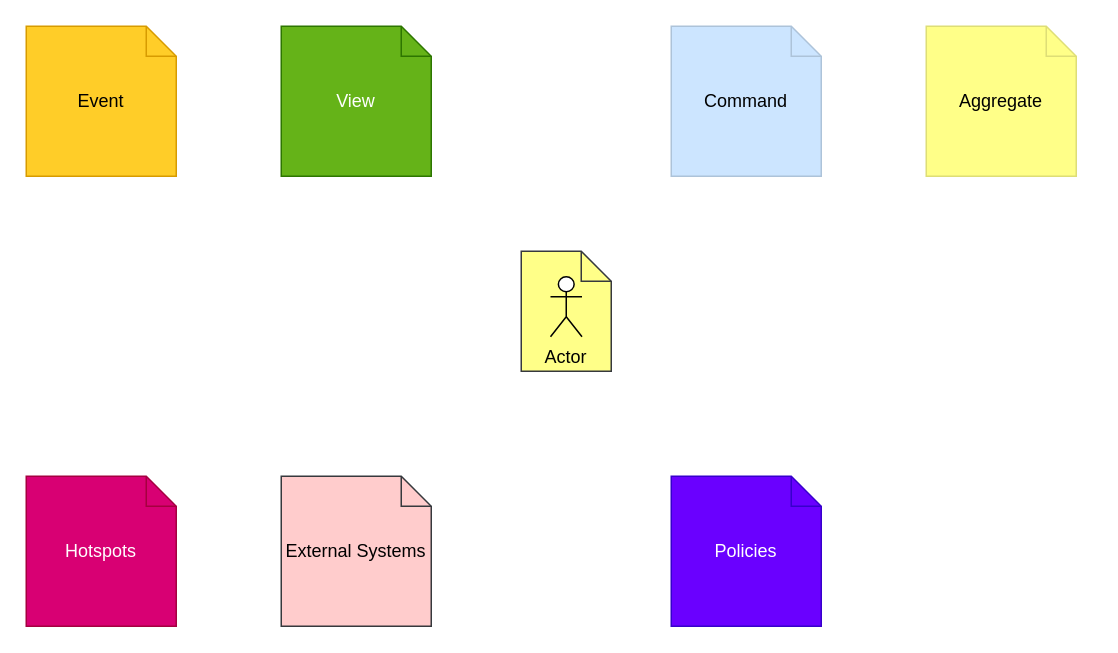
Before: page "EventStromingTemplate" (1 of 3) of design/EventStorming.drawio in codefinity/oeuvre, a draw.io diagram. Source tidied: cells renumbered, new cells numbered last; positions are measured from the earlier drawing's top-left corner, leaving out a move shared by most shapes. Both pictures are drawn from the tidied source at 150%, with x=0, y=0 at pixel (26, 26).
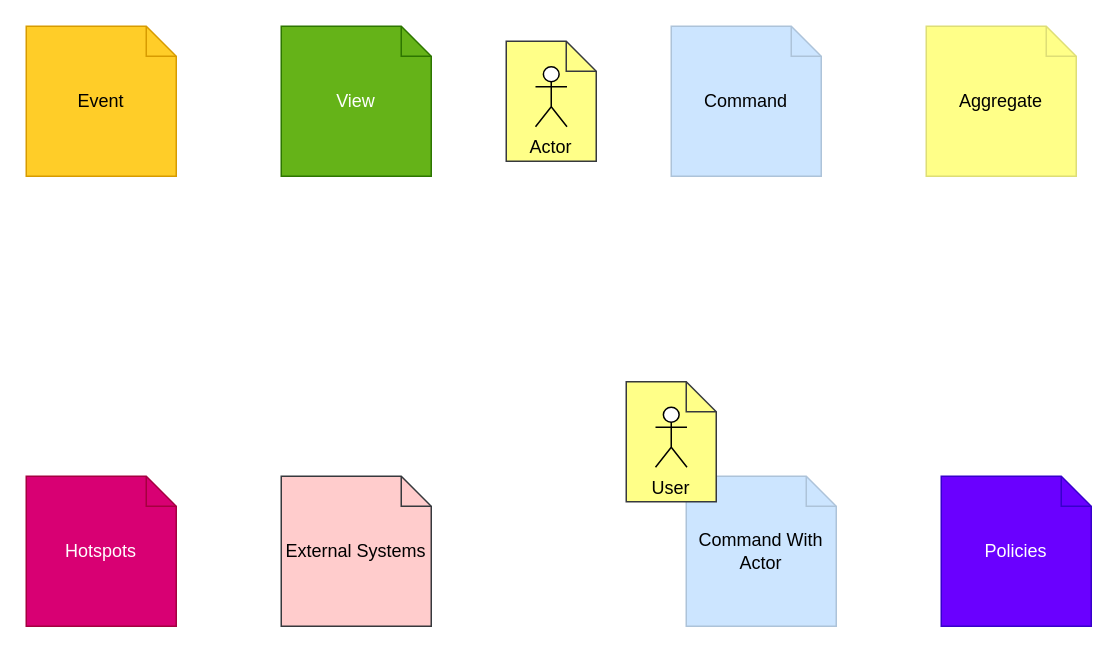
After the change.

What changed in the source:
```diff
@@
 <mxGraphModel>
   <root>
     <mxCell id="0" />
     <mxCell id="1" parent="0" />
     <mxCell id="2" value="Event" style="shape=note;size=20;whiteSpace=wrap;html=1;fillColor=#ffcd28;strokeColor=#d79b00;" parent="1" vertex="1">
       <mxGeometry width="100" height="100" as="geometry" />
     </mxCell>
     <mxCell id="3" value="View" style="shape=note;size=20;whiteSpace=wrap;html=1;strokeColor=#2D7600;fontColor=#ffffff;fillColor=#65B318;" parent="1" vertex="1">
       <mxGeometry x="170" width="100" height="100" as="geometry" />
     </mxCell>
     <mxCell id="4" style="group;" parent="1" vertex="1">
-      <mxGeometry x="330" y="150" width="60" height="80" as="geometry" />
+      <mxGeometry x="320" y="10" width="60" height="80" as="geometry" />
     </mxCell>
+    <mxCell id="12" style="group;" parent="4" vertex="1">
+      <mxGeometry width="60" height="80" as="geometry" />
+    </mxCell>
-    <mxCell id="5" value="Actor" style="shape=note;size=20;whiteSpace=wrap;html=1;fillColor=#ffff88;strokeColor=#36393d;verticalAlign=bottom;" parent="4" vertex="1">
+    <mxCell id="5" value="Actor" style="shape=note;size=20;whiteSpace=wrap;html=1;fillColor=#ffff88;strokeColor=#36393d;verticalAlign=bottom;" parent="12" vertex="1">
       <mxGeometry width="60" height="80" as="geometry" />
     </mxCell>
-    <mxCell id="6" style="shape=umlActor;verticalLabelPosition=bottom;verticalAlign=top;html=1;" parent="4" vertex="1">
+    <mxCell id="6" style="shape=umlActor;verticalLabelPosition=bottom;verticalAlign=top;html=1;" parent="12" vertex="1">
       <mxGeometry x="19.5" y="17" width="21" height="40" as="geometry" />
     </mxCell>
     <mxCell id="7" value="Command" style="shape=note;size=20;whiteSpace=wrap;html=1;fillColor=#cce5ff;strokeColor=#ADC3D9;" parent="1" vertex="1">
       <mxGeometry x="430" width="100" height="100" as="geometry" />
     </mxCell>
     <mxCell id="8" value="Aggregate" style="shape=note;size=20;whiteSpace=wrap;html=1;fillColor=#ffff88;strokeColor=#DEDE76;" parent="1" vertex="1">
       <mxGeometry x="600" width="100" height="100" as="geometry" />
     </mxCell>
     <mxCell id="9" value="Hotspots" style="shape=note;size=20;whiteSpace=wrap;html=1;fillColor=#d80073;strokeColor=#A50040;fontColor=#ffffff;" parent="1" vertex="1">
       <mxGeometry y="300" width="100" height="100" as="geometry" />
     </mxCell>
     <mxCell id="10" value="External Systems" style="shape=note;size=20;whiteSpace=wrap;html=1;fillColor=#ffcccc;strokeColor=#36393d;" parent="1" vertex="1">
       <mxGeometry x="170" y="300" width="100" height="100" as="geometry" />
     </mxCell>
     <mxCell id="11" value="Policies" style="shape=note;size=20;whiteSpace=wrap;html=1;fillColor=#6a00ff;strokeColor=#3700CC;fontColor=#ffffff;" parent="1" vertex="1">
-      <mxGeometry x="430" y="300" width="100" height="100" as="geometry" />
+      <mxGeometry x="610" y="300" width="100" height="100" as="geometry" />
     </mxCell>
+    <mxCell id="13" value="Command With Actor" style="shape=note;size=20;whiteSpace=wrap;html=1;fillColor=#cce5ff;strokeColor=#ADC3D9;" parent="1" vertex="1">
+      <mxGeometry x="440" y="300" width="100" height="100" as="geometry" />
+    </mxCell>
+    <mxCell id="14" style="group;fontStyle=0;" parent="1" vertex="1">
+      <mxGeometry x="400" y="237" width="60" height="80" as="geometry" />
+    </mxCell>
+    <mxCell id="15" style="group;" parent="14" vertex="1">
+      <mxGeometry width="60" height="80" as="geometry" />
+    </mxCell>
+    <mxCell id="16" value="User" style="shape=note;size=20;whiteSpace=wrap;html=1;fillColor=#ffff88;strokeColor=#36393d;verticalAlign=bottom;" parent="15" vertex="1">
+      <mxGeometry width="60" height="80" as="geometry" />
+    </mxCell>
+    <mxCell id="17" style="shape=umlActor;verticalLabelPosition=bottom;verticalAlign=top;html=1;" parent="15" vertex="1">
+      <mxGeometry x="19.5" y="17" width="21" height="40" as="geometry" />
+    </mxCell>
   </root>
 </mxGraphModel>
```
